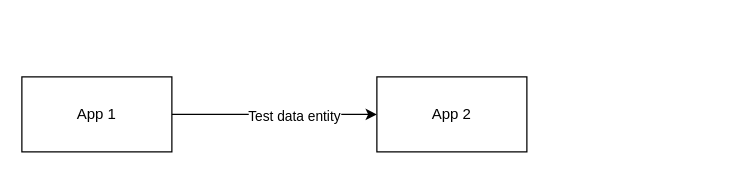
This is Untitled Diagram.drawio from SlavaVedernikov/tshirtmaker, a draw.io file, before an edit. Source tidied: cells renumbered, new cells numbered last; positions are measured from the earlier drawing's top-left corner, leaving out a move shared by most shapes. Both pictures are drawn from the tidied source at 125%, with x=0, y=0 at pixel (21, 76).
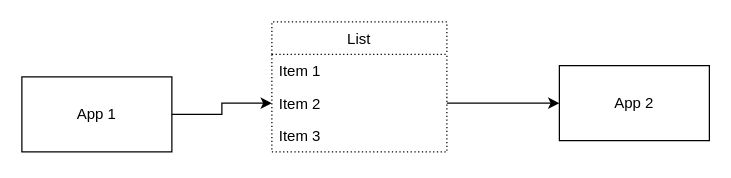
Above is the later version.

Change to the diagram source:
```diff
@@
 <mxGraphModel>
   <root>
     <mxCell id="0" />
     <mxCell id="1" parent="0" />
-    <mxCell id="2" style="edgeStyle=orthogonalEdgeStyle;rounded=0;jettySize=auto;html=1;exitX=1;exitY=0.5;exitDx=0;exitDy=0;entryX=0;entryY=0.5;entryDx=0;entryDy=0;" parent="1" edge="1" source="4" target="5">
-      <mxGeometry relative="1" as="geometry" />
-    </mxCell>
-    <mxCell id="3" value="Test data entity" style="edgeLabel;html=1;align=center;verticalAlign=middle;" parent="2" vertex="1">
-      <mxGeometry x="0.18" y="-1" relative="1" as="geometry" />
-    </mxCell>
+    <mxCell id="6" style="edgeStyle=orthogonalEdgeStyle;rounded=0;jettySize=auto;html=1;exitX=1;exitY=0.5;exitDx=0;exitDy=0;entryX=0;entryY=0.5;entryDx=0;entryDy=0;" parent="1" edge="1" source="4" target="10">
+      <mxGeometry relative="1" as="geometry" />
+    </mxCell>
     <mxCell id="4" value="App 1" style="rounded=0;whiteSpace=wrap;html=1;" parent="1" vertex="1">
       <mxGeometry width="120" height="60" as="geometry" />
     </mxCell>
     <mxCell id="5" value="App 2" style="rounded=0;whiteSpace=wrap;html=1;" parent="1" vertex="1">
-      <mxGeometry x="284" width="120" height="60" as="geometry" />
+      <mxGeometry x="430" y="-9" width="120" height="60" as="geometry" />
     </mxCell>
+    <mxCell id="7" style="edgeStyle=orthogonalEdgeStyle;rounded=0;jettySize=auto;html=1;exitX=1;exitY=0.5;exitDx=0;exitDy=0;entryX=0;entryY=0.5;entryDx=0;entryDy=0;" parent="1" edge="1" source="10" target="5">
+      <mxGeometry relative="1" as="geometry" />
+    </mxCell>
+    <mxCell id="8" value="List" style="swimlane;fontStyle=0;horizontal=1;startSize=26;fillColor=none;dashed=1;dashPattern=1 2;" parent="1" vertex="1">
+      <mxGeometry x="200" y="-44" width="140" height="104" as="geometry" />
+    </mxCell>
+    <mxCell id="9" value="Item 1" style="text;strokeColor=none;fillColor=none;align=left;verticalAlign=top;spacingLeft=4;spacingRight=4;overflow=hidden;" parent="8" vertex="1">
+      <mxGeometry y="26" width="140" height="26" as="geometry" />
+    </mxCell>
+    <mxCell id="10" value="Item 2" style="text;strokeColor=none;fillColor=none;align=left;verticalAlign=top;spacingLeft=4;spacingRight=4;overflow=hidden;points=[[0,0.5],[1,0.5]];portConstraint=eastwest;" parent="8" vertex="1">
+      <mxGeometry y="52" width="140" height="26" as="geometry" />
+    </mxCell>
+    <mxCell id="11" value="Item 3" style="text;strokeColor=none;fillColor=none;align=left;verticalAlign=top;spacingLeft=4;spacingRight=4;overflow=hidden;" parent="8" vertex="1">
+      <mxGeometry y="78" width="140" height="26" as="geometry" />
+    </mxCell>
   </root>
 </mxGraphModel>
```
